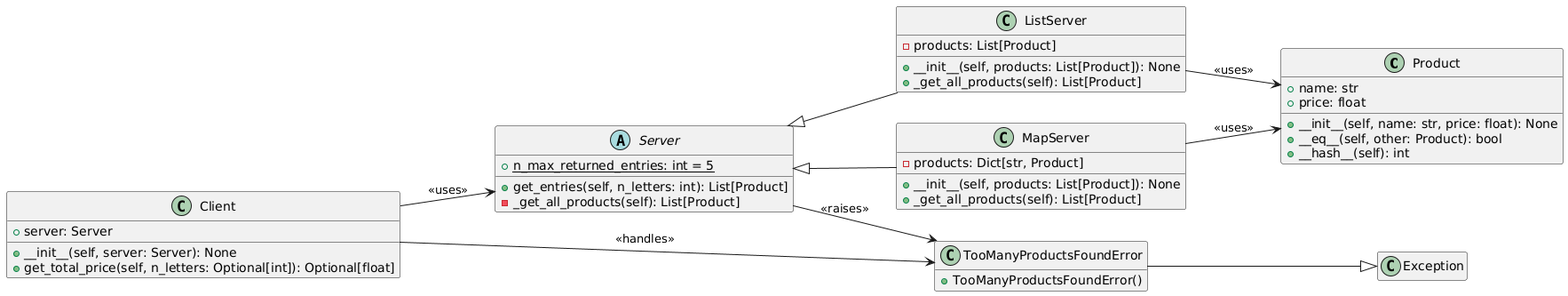
Above: diagramUML.png in pkonieczny04/Projekt_Python_Serwery (PlantUML), before the change.
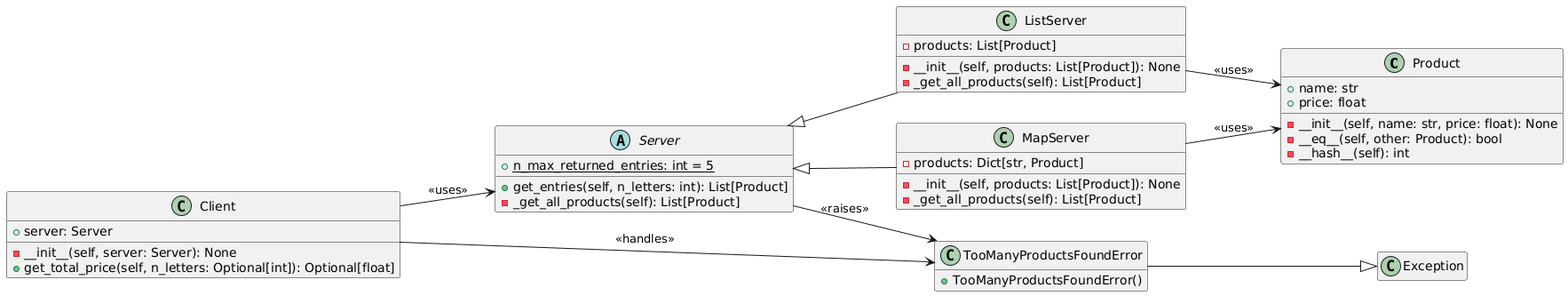
After the commit.

Commit message:
Poprawa diagramu

The edit, as a diff of the source:
```diff
@@ -4,9 +4,9 @@
 class Product {
     + name: str
     + price: float
-    + __init__(self, name: str, price: float): None
-    + __eq__(self, other: Product): bool
-    + __hash__(self): int
+    - __init__(self, name: str, price: float): None
+    - __eq__(self, other: Product): bool
+    - __hash__(self): int
 }
 
 abstract class Server {
@@ -17,19 +17,19 @@
 
 class ListServer {
     - products: List[Product]
-    + __init__(self, products: List[Product]): None
-    + _get_all_products(self): List[Product]
+    - __init__(self, products: List[Product]): None
+    - _get_all_products(self): List[Product]
 }
 
 class MapServer {
     - products: Dict[str, Product]
-    + __init__(self, products: List[Product]): None
-    + _get_all_products(self): List[Product]
+    - __init__(self, products: List[Product]): None
+    - _get_all_products(self): List[Product]
 }
 
 class Client {
     + server: Server
-    + __init__(self, server: Server): None
+    - __init__(self, server: Server): None
     + get_total_price(self, n_letters: Optional[int]): Optional[float]
 }
 
```
